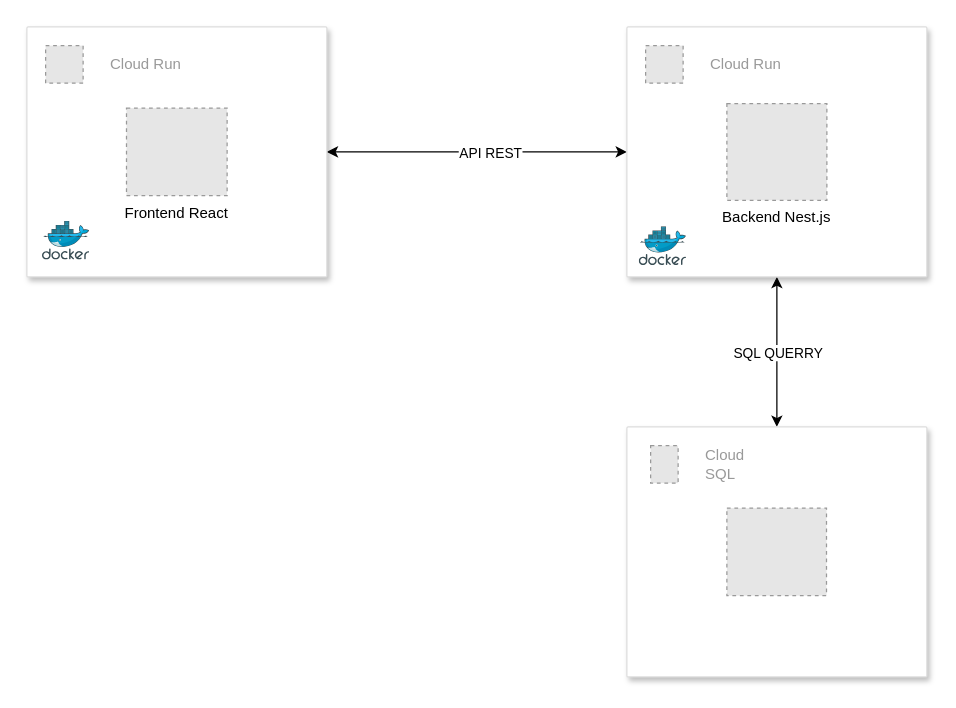
Before: diagram/arquitetura.drawio in Lucas-Salomao/back-pousada-ypua, a draw.io diagram. Source tidied: cells renumbered, new cells numbered last; positions are measured from the earlier drawing's top-left corner, leaving out a move shared by most shapes. Both pictures are drawn from the tidied source at 125%, with x=0, y=0 at pixel (26, 26). Pictures stored in the file or linked from it are replaced by grey dashed boxes.
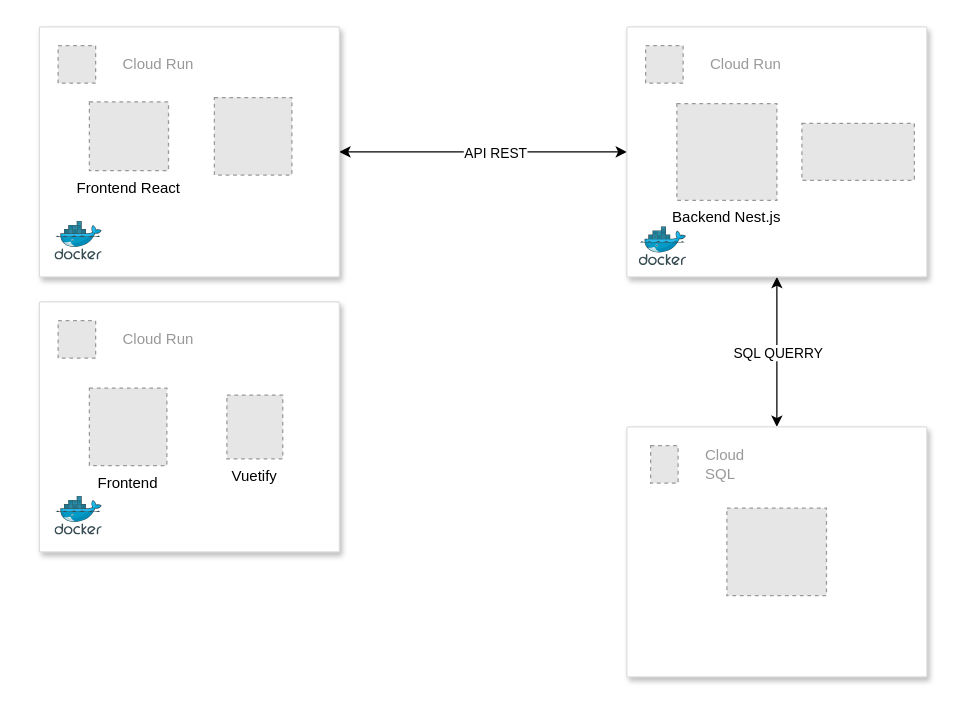
The same diagram, later.

Unchanged cells that the change refers to:
```xml
<mxCell id="10" style="strokeColor=#dddddd;shadow=1;strokeWidth=1;rounded=1;absoluteArcSize=1;arcSize=2;" parent="1" vertex="1">
  <mxGeometry x="480" width="240" height="200" as="geometry" />
</mxCell>
```

The edit, as a diff of the source:
```diff
@@
     <mxCell id="6" style="strokeColor=#dddddd;shadow=1;strokeWidth=1;rounded=1;absoluteArcSize=1;arcSize=2;" parent="1" vertex="1">
-      <mxGeometry width="240" height="200" as="geometry" />
+      <mxGeometry x="10" width="240" height="200" as="geometry" />
     </mxCell>
@@
     <mxCell id="8" value="Frontend React" style="fillColor=#E6E6E6;strokeColor=#999999;dashed=1;verticalLabelPosition=bottom;labelBackgroundColor=default;verticalAlign=top;" parent="6" vertex="1">
-      <mxGeometry x="79.7" y="65" width="80.5" height="70" as="geometry" />
+      <mxGeometry x="40" y="60" width="63.3" height="55" as="geometry" />
     </mxCell>
@@
+    <mxCell id="17" style="fillColor=#E6E6E6;strokeColor=#999999;dashed=1;verticalLabelPosition=bottom;labelBackgroundColor=default;verticalAlign=top;" parent="6" vertex="1">
+      <mxGeometry x="140" y="56.5" width="62" height="62" as="geometry" />
+    </mxCell>
@@
     <mxCell id="12" value="Backend Nest.js" style="fillColor=#E6E6E6;strokeColor=#999999;dashed=1;verticalLabelPosition=bottom;labelBackgroundColor=default;verticalAlign=top;" parent="10" vertex="1">
-      <mxGeometry x="80" y="61.4" width="80" height="77.3" as="geometry" />
+      <mxGeometry x="40" y="61.4" width="80" height="77.3" as="geometry" />
     </mxCell>
@@
+    <mxCell id="18" style="fillColor=#E6E6E6;strokeColor=#999999;dashed=1;verticalLabelPosition=bottom;labelBackgroundColor=default;verticalAlign=top;" parent="10" vertex="1">
+      <mxGeometry x="140" y="77.2" width="90" height="45.6" as="geometry" />
+    </mxCell>
@@
+    <mxCell id="19" style="strokeColor=#dddddd;shadow=1;strokeWidth=1;rounded=1;absoluteArcSize=1;arcSize=2;" parent="1" vertex="1">
+      <mxGeometry x="10" y="220" width="240" height="200" as="geometry" />
+    </mxCell>
+    <mxCell id="20" value="Cloud Run" style="fillColor=#E6E6E6;strokeColor=#999999;dashed=1;html=1;fontColor=#999999;verticalLabelPosition=middle;verticalAlign=middle;labelPosition=right;align=left;spacingLeft=20;" parent="19" vertex="1">
+      <mxGeometry width="30" height="30" relative="1" as="geometry">
+        <mxPoint x="15" y="15" as="offset" />
+      </mxGeometry>
+    </mxCell>
+    <mxCell id="21" style="image;sketch=0;html=1;align=center;fontSize=12;image=img/lib/mscae/Docker.svg;" parent="19" vertex="1">
+      <mxGeometry x="12.6" y="155.6" width="37.8" height="31" as="geometry" />
+    </mxCell>
+    <mxCell id="22" value="Frontend" style="fillColor=#E6E6E6;strokeColor=#999999;dashed=1;verticalLabelPosition=bottom;labelBackgroundColor=default;verticalAlign=top;" parent="19" vertex="1">
+      <mxGeometry x="40" y="69" width="62" height="62" as="geometry" />
+    </mxCell>
+    <mxCell id="23" value="Vuetify" style="fillColor=#E6E6E6;strokeColor=#999999;dashed=1;verticalLabelPosition=bottom;labelBackgroundColor=default;verticalAlign=top;" parent="19" vertex="1">
+      <mxGeometry x="150" y="74.5" width="44.7" height="51" as="geometry" />
+    </mxCell>
```
